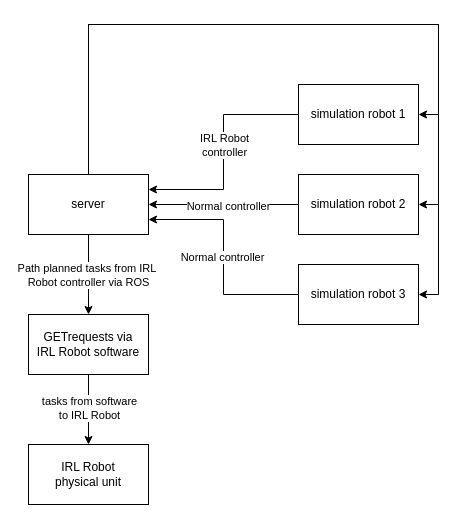
Before: diagrammen/dataFlowDiagram-v1.drawio in Elipam/TinLAB-Autonomous-Systems, a draw.io diagram. Source tidied: cells renumbered, new cells numbered last; positions are measured from the earlier drawing's top-left corner, leaving out a move shared by most shapes. Both pictures are drawn from the tidied source at 100%, with x=0, y=0 at pixel (28, 24).
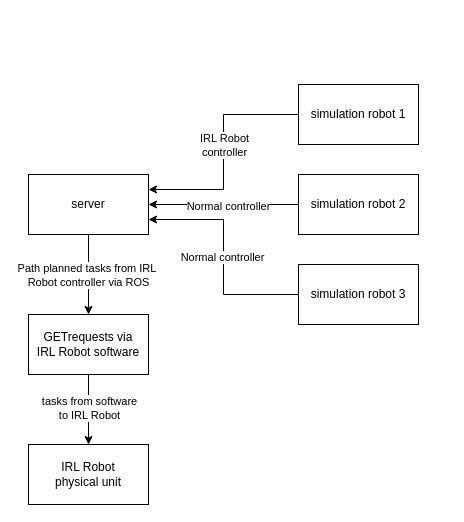
The same diagram, later.

Unchanged cells that the change refers to:
```xml
<mxCell id="5" value="simulation robot 2" style="rounded=0;whiteSpace=wrap;html=1;" parent="1" vertex="1">
  <mxGeometry x="270" y="150" width="120" height="60" as="geometry" />
</mxCell>
<mxCell id="8" value="simulation robot 1" style="rounded=0;whiteSpace=wrap;html=1;" parent="1" vertex="1">
  <mxGeometry x="270" y="60" width="120" height="60" as="geometry" />
</mxCell>
<mxCell id="11" value="simulation robot 3" style="rounded=0;whiteSpace=wrap;html=1;" parent="1" vertex="1">
  <mxGeometry x="270" y="240" width="120" height="60" as="geometry" />
</mxCell>
<mxCell id="17" value="server" style="rounded=0;whiteSpace=wrap;html=1;" parent="1" vertex="1">
  <mxGeometry y="150" width="120" height="60" as="geometry" />
</mxCell>
```

What changed in the source:
```diff
@@
-    <mxCell id="14" style="edgeStyle=orthogonalEdgeStyle;rounded=0;jettySize=auto;html=1;entryX=1;entryY=0.5;entryDx=0;entryDy=0;" parent="1" edge="1" source="17" target="8">
-      <mxGeometry relative="1" as="geometry">
-        <Array as="points">
-          <mxPoint x="60" />
-          <mxPoint x="410" />
-          <mxPoint x="410" y="90" />
-        </Array>
-      </mxGeometry>
-    </mxCell>
-    <mxCell id="15" style="edgeStyle=orthogonalEdgeStyle;rounded=0;jettySize=auto;html=1;entryX=1;entryY=0.5;entryDx=0;entryDy=0;" parent="1" edge="1" source="17" target="5">
-      <mxGeometry relative="1" as="geometry">
-        <Array as="points">
-          <mxPoint x="60" />
-          <mxPoint x="410" />
-          <mxPoint x="410" y="180" />
-        </Array>
-      </mxGeometry>
-    </mxCell>
-    <mxCell id="16" style="edgeStyle=orthogonalEdgeStyle;rounded=0;jettySize=auto;html=1;entryX=1;entryY=0.5;entryDx=0;entryDy=0;" parent="1" edge="1" source="17" target="11">
-      <mxGeometry relative="1" as="geometry">
-        <Array as="points">
-          <mxPoint x="60" />
-          <mxPoint x="410" />
-          <mxPoint x="410" y="270" />
-        </Array>
-      </mxGeometry>
-    </mxCell>
```
